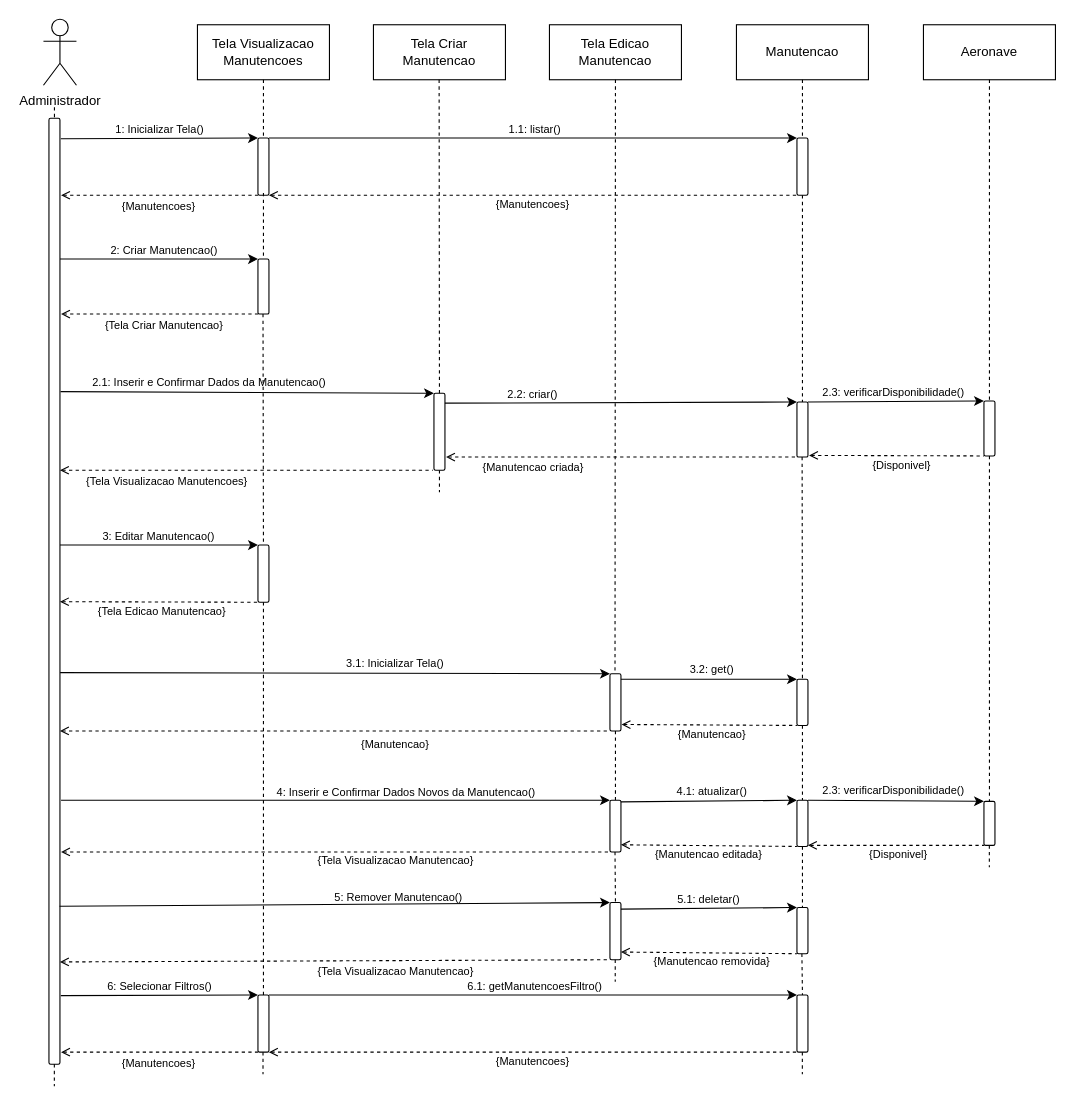
The draw.io diagram Diagramas/Eng_de_Software/Modelos/Sequencia/Manter_Manutencoes.drawio in GabrielGMori/trabalho-conclus-o-ano, before the edit. Source tidied: cells renumbered, new cells numbered last; positions are measured from the earlier drawing's top-left corner, leaving out a move shared by most shapes. Both pictures are drawn from the tidied source at 110%, with x=0, y=0 at pixel (43, 19).
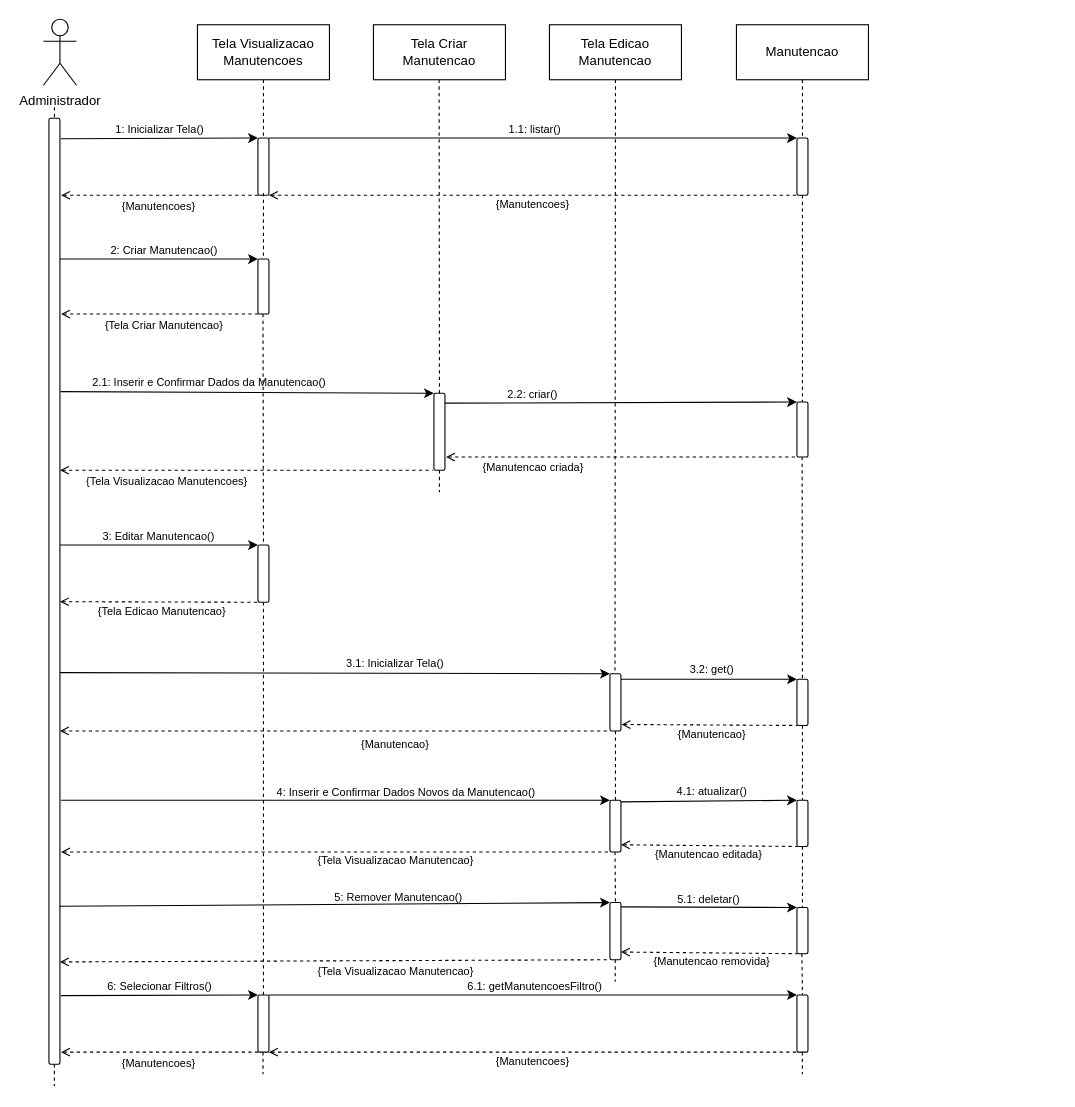
Above is the later version.

Unchanged cells that the change refers to:
```xml
<mxCell id="20" style="rounded=1;whiteSpace=wrap;html=1;" parent="1" vertex="1">
  <mxGeometry x="685" y="348" width="10" height="50" as="geometry" />
</mxCell>
<mxCell id="57" style="rounded=1;whiteSpace=wrap;html=1;" parent="1" vertex="1">
  <mxGeometry x="685" y="710" width="10" height="42" as="geometry" />
</mxCell>
<mxCell id="64" style="rounded=1;whiteSpace=wrap;html=1;" parent="1" vertex="1">
  <mxGeometry x="515" y="803" width="10" height="52" as="geometry" />
</mxCell>
<mxCell id="68" style="rounded=1;whiteSpace=wrap;html=1;" parent="1" vertex="1">
  <mxGeometry x="685" y="807.5" width="10" height="42" as="geometry" />
</mxCell>
```

The edit, as a diff of the source:
```diff
@@
-    <mxCell id="70" style="endArrow=classic;html=1;rounded=0;exitX=1;exitY=0;exitDx=0;exitDy=0;entryX=0;entryY=0;entryDx=0;entryDy=0;" parent="1" edge="1" target="68">
-      <mxGeometry relative="1" as="geometry">
-        <mxPoint x="525" y="809" as="sourcePoint" />
-      </mxGeometry>
+    <mxCell id="70" style="endArrow=classic;html=1;rounded=0;exitX=1.026;exitY=0.076;exitDx=0;exitDy=0;entryX=0;entryY=0;entryDx=0;entryDy=0;exitPerimeter=0;" parent="1" edge="1" source="64" target="68">
+      <mxGeometry relative="1" as="geometry" />
     </mxCell>
@@
-    <mxCell id="99" value="Aeronave" style="rounded=0;whiteSpace=wrap;html=1;" parent="1" vertex="1">
-      <mxGeometry x="800" y="5" width="120" height="50" as="geometry" />
-    </mxCell>
-    <mxCell id="100" style="rounded=1;whiteSpace=wrap;html=1;" parent="1" vertex="1">
-      <mxGeometry x="855" y="347" width="10" height="50" as="geometry" />
-    </mxCell>
-    <mxCell id="101" style="endArrow=none;dashed=1;html=1;rounded=0;exitX=0.5;exitY=1;exitDx=0;exitDy=0;entryX=0.5;entryY=0;entryDx=0;entryDy=0;" parent="1" edge="1" source="99" target="100">
-      <mxGeometry relative="1" as="geometry" />
-    </mxCell>
-    <mxCell id="102" style="endArrow=classic;html=1;rounded=0;entryX=0;entryY=0;entryDx=0;entryDy=0;exitX=1;exitY=0;exitDx=0;exitDy=0;" parent="1" edge="1" source="20" target="100">
-      <mxGeometry relative="1" as="geometry" />
-    </mxCell>
-    <mxCell id="103" style="endArrow=none;html=1;rounded=0;entryX=0;entryY=1;entryDx=0;entryDy=0;dashed=1;endFill=0;startArrow=open;startFill=0;" parent="1" edge="1" target="100">
-      <mxGeometry relative="1" as="geometry">
-        <mxPoint x="696" y="396.5" as="sourcePoint" />
-      </mxGeometry>
-    </mxCell>
-    <mxCell id="104" value="2.3: verificarDisponibilidade()" style="text;html=1;align=center;verticalAlign=middle;whiteSpace=wrap;rounded=0;fontSize=10;" parent="1" vertex="1">
-      <mxGeometry x="673" y="329" width="200" height="20" as="geometry" />
-    </mxCell>
-    <mxCell id="105" value="{Disponivel}" style="text;html=1;align=center;verticalAlign=middle;whiteSpace=wrap;rounded=0;fontSize=10;" parent="1" vertex="1">
-      <mxGeometry x="702.5" y="395" width="155" height="20" as="geometry" />
-    </mxCell>
-    <mxCell id="106" style="rounded=1;whiteSpace=wrap;html=1;" parent="1" vertex="1">
-      <mxGeometry x="855" y="711" width="10" height="40" as="geometry" />
-    </mxCell>
-    <mxCell id="107" style="endArrow=none;html=1;rounded=0;entryX=0;entryY=1;entryDx=0;entryDy=0;dashed=1;endFill=0;startArrow=open;startFill=0;exitX=1.054;exitY=0.887;exitDx=0;exitDy=0;exitPerimeter=0;" parent="1" edge="1" target="106">
-      <mxGeometry relative="1" as="geometry">
-        <mxPoint x="695" y="751" as="sourcePoint" />
-      </mxGeometry>
-    </mxCell>
-    <mxCell id="108" style="endArrow=classic;html=1;rounded=0;exitX=1;exitY=0;exitDx=0;exitDy=0;entryX=0;entryY=0;entryDx=0;entryDy=0;" parent="1" edge="1" source="57" target="106">
-      <mxGeometry relative="1" as="geometry" />
-    </mxCell>
-    <mxCell id="109" style="endArrow=none;dashed=1;html=1;rounded=0;exitX=0.5;exitY=1;exitDx=0;exitDy=0;entryX=0.5;entryY=0;entryDx=0;entryDy=0;" parent="1" edge="1" source="100" target="106">
-      <mxGeometry relative="1" as="geometry" />
-    </mxCell>
-    <mxCell id="110" style="endArrow=none;dashed=1;html=1;rounded=0;exitX=0.5;exitY=1;exitDx=0;exitDy=0;" parent="1" edge="1">
-      <mxGeometry relative="1" as="geometry">
-        <mxPoint x="859.9" y="751" as="sourcePoint" />
-        <mxPoint x="859.9" y="771" as="targetPoint" />
-      </mxGeometry>
-    </mxCell>
-    <mxCell id="111" value="2.3: verificarDisponibilidade()" style="text;html=1;align=center;verticalAlign=middle;whiteSpace=wrap;rounded=0;fontSize=10;" parent="1" vertex="1">
-      <mxGeometry x="673" y="691" width="200" height="20" as="geometry" />
-    </mxCell>
-    <mxCell id="112" value="{Disponivel}" style="text;html=1;align=center;verticalAlign=middle;whiteSpace=wrap;rounded=0;fontSize=10;" parent="1" vertex="1">
-      <mxGeometry x="700" y="749" width="155" height="20" as="geometry" />
-    </mxCell>
```
